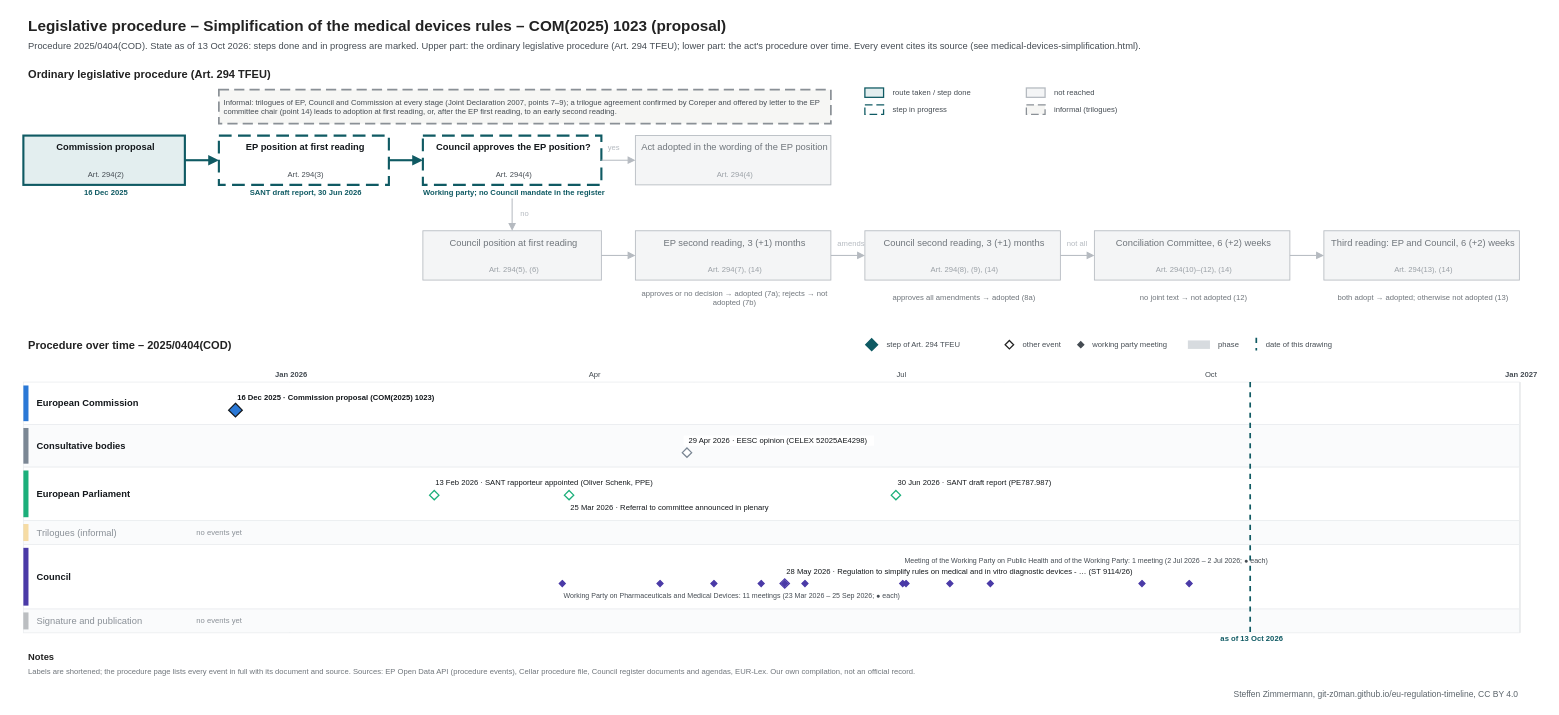
Before: procedures/medical-devices-simplification.drawio in git-z0man/eu-regulation-timeline, a draw.io diagram. Source tidied: cells renumbered, new cells numbered last; positions are measured from the earlier drawing's top-left corner, leaving out a move shared by most shapes. Both pictures are drawn from the tidied source at 85%, with x=0, y=0 at pixel (14, 14).
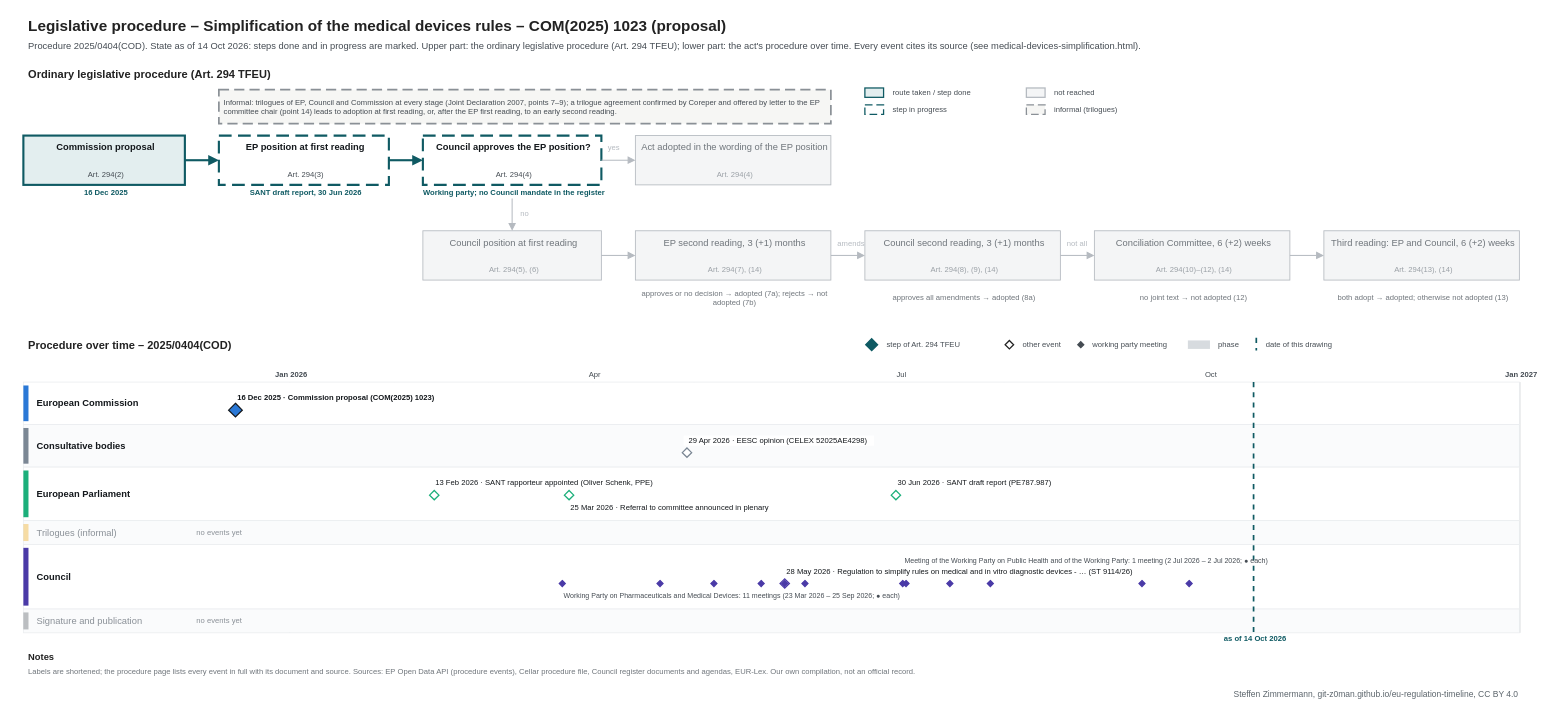
The same diagram, later.

Change to the diagram source:
```diff
@@
-    <mxCell id="3" value="Procedure 2025/0404(COD). State as of 13 Oct 2026: steps done and in progress are marked. Upper part: the ordinary legislative procedure (Art. 294 TFEU); lower part: the act's procedure over time. Every event cites its source (see medical-devices-simplification.html)." style="text;html=1;fontSize=11;fontColor=#454c53;align=left;verticalAlign=middle;spacingLeft=4;" parent="1" vertex="1">
+    <mxCell id="3" value="Procedure 2025/0404(COD). State as of 14 Oct 2026: steps done and in progress are marked. Upper part: the ordinary legislative procedure (Art. 294 TFEU); lower part: the act's procedure over time. Every event cites its source (see medical-devices-simplification.html)." style="text;html=1;fontSize=11;fontColor=#454c53;align=left;verticalAlign=middle;spacingLeft=4;" parent="1" vertex="1">
       <mxGeometry x="10" y="28" width="1700" height="18" as="geometry" />
     </mxCell>
@@
     <mxCell id="111" style="line;html=1;strokeWidth=2;strokeColor=#0f5a63;direction=south;dashed=1;" parent="1" vertex="1">
-      <mxGeometry x="1452.8" y="432" width="1" height="295" as="geometry" />
+      <mxGeometry x="1456.8" y="432" width="1" height="295" as="geometry" />
     </mxCell>
-    <mxCell id="112" value="as of 13 Oct 2026" style="text;html=1;fontSize=9;fontColor=#0f5a63;align=center;verticalAlign=middle;spacingLeft=4;fontStyle=1;" parent="1" vertex="1">
-      <mxGeometry x="1392.8" y="728" width="120" height="12" as="geometry" />
+    <mxCell id="112" value="as of 14 Oct 2026" style="text;html=1;fontSize=9;fontColor=#0f5a63;align=center;verticalAlign=middle;spacingLeft=4;fontStyle=1;" parent="1" vertex="1">
+      <mxGeometry x="1396.8" y="728" width="120" height="12" as="geometry" />
     </mxCell>
```
